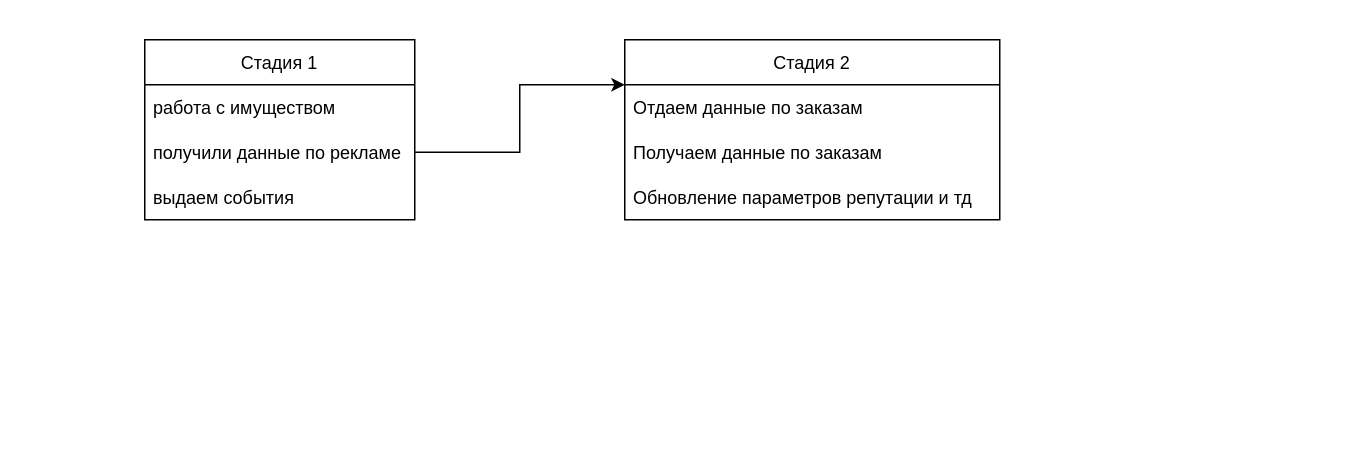
Earlier version of the draw.io diagram page "Page-3" (3 of 5) of classes.drawio (korshunovamm/InnPrac). Source tidied: cells renumbered, new cells numbered last; positions are measured from the earlier drawing's top-left corner, leaving out a move shared by most shapes. Both pictures are drawn from the tidied source at 150%, with x=0, y=0 at pixel (144, 39).
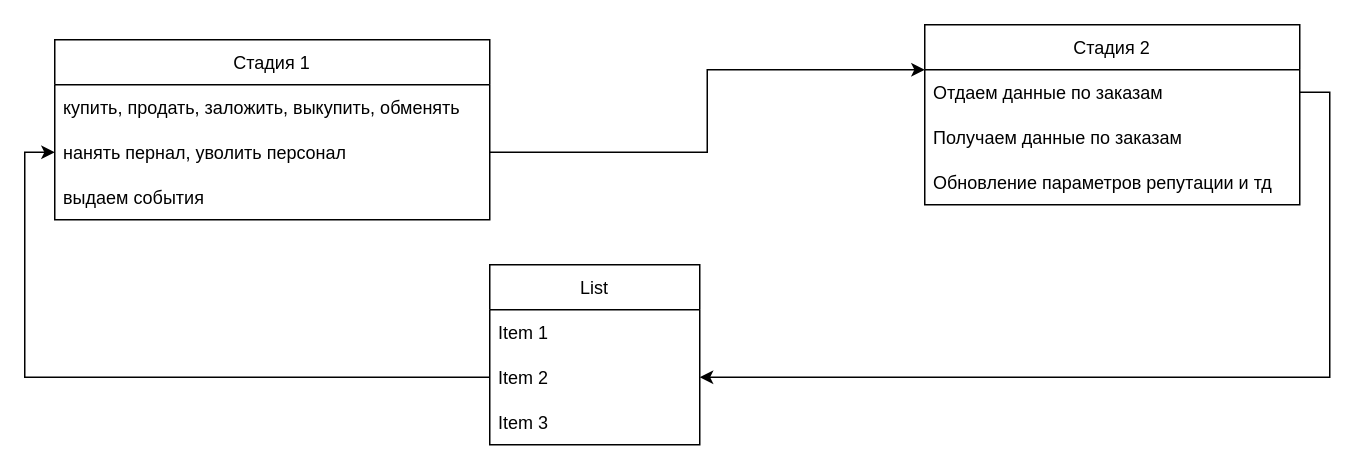
The same diagram, later.

Diff of the diagram source:
```diff
@@
 <mxGraphModel>
   <root>
     <mxCell id="0" />
     <mxCell id="1" parent="0" />
     <mxCell id="2" value="Стадия 1" style="swimlane;fontStyle=0;horizontal=1;startSize=30;" parent="1" vertex="1">
-      <mxGeometry width="180" height="120" as="geometry" />
+      <mxGeometry x="-60" width="290" height="120" as="geometry" />
     </mxCell>
-    <mxCell id="3" value="работа с имуществом" style="text;strokeColor=none;fillColor=none;align=left;verticalAlign=middle;spacingLeft=4;spacingRight=4;overflow=hidden;" parent="2" vertex="1">
-      <mxGeometry y="30" width="180" height="30" as="geometry" />
+    <mxCell id="3" value="купить, продать, заложить, выкупить, обменять" style="text;strokeColor=none;fillColor=none;align=left;verticalAlign=middle;spacingLeft=4;spacingRight=4;overflow=hidden;" parent="2" vertex="1">
+      <mxGeometry y="30" width="290" height="30" as="geometry" />
     </mxCell>
-    <mxCell id="4" value="получили данные по рекламе" style="text;strokeColor=none;fillColor=none;align=left;verticalAlign=middle;spacingLeft=4;spacingRight=4;overflow=hidden;points=[[0,0.5],[1,0.5]];portConstraint=eastwest;" parent="2" vertex="1">
-      <mxGeometry y="60" width="180" height="30" as="geometry" />
+    <mxCell id="4" value="нанять пернал, уволить персонал" style="text;strokeColor=none;fillColor=none;align=left;verticalAlign=middle;spacingLeft=4;spacingRight=4;overflow=hidden;points=[[0,0.5],[1,0.5]];portConstraint=eastwest;" parent="2" vertex="1">
+      <mxGeometry y="60" width="290" height="30" as="geometry" />
     </mxCell>
     <mxCell id="5" value="выдаем события" style="text;strokeColor=none;fillColor=none;align=left;verticalAlign=middle;spacingLeft=4;spacingRight=4;overflow=hidden;" parent="2" vertex="1">
-      <mxGeometry y="90" width="180" height="30" as="geometry" />
+      <mxGeometry y="90" width="290" height="30" as="geometry" />
     </mxCell>
     <mxCell id="6" value="Стадия 2" style="swimlane;fontStyle=0;horizontal=1;startSize=30;" parent="1" vertex="1">
-      <mxGeometry x="320" width="250" height="120" as="geometry" />
+      <mxGeometry x="520" y="-10" width="250" height="120" as="geometry" />
     </mxCell>
     <mxCell id="7" value="Отдаем данные по заказам" style="text;strokeColor=none;fillColor=none;align=left;verticalAlign=middle;spacingLeft=4;spacingRight=4;overflow=hidden;points=[[0,0.5],[1,0.5]];portConstraint=eastwest;" parent="6" vertex="1">
       <mxGeometry y="30" width="250" height="30" as="geometry" />
     </mxCell>
     <mxCell id="8" value="Получаем данные по заказам" style="text;strokeColor=none;fillColor=none;align=left;verticalAlign=middle;spacingLeft=4;spacingRight=4;overflow=hidden;" parent="6" vertex="1">
       <mxGeometry y="60" width="250" height="30" as="geometry" />
     </mxCell>
     <mxCell id="9" value="Обновление параметров репутации и тд" style="text;strokeColor=none;fillColor=none;align=left;verticalAlign=middle;spacingLeft=4;spacingRight=4;overflow=hidden;" parent="6" vertex="1">
       <mxGeometry y="90" width="250" height="30" as="geometry" />
     </mxCell>
     <mxCell id="10" style="edgeStyle=orthogonalEdgeStyle;rounded=0;jettySize=auto;html=1;exitX=1;exitY=0.5;exitDx=0;exitDy=0;entryX=0;entryY=0.25;entryDx=0;entryDy=0;" parent="1" edge="1" source="4" target="6">
       <mxGeometry relative="1" as="geometry" />
     </mxCell>
+    <mxCell id="11" value="List" style="swimlane;fontStyle=0;horizontal=1;startSize=30;" parent="1" vertex="1">
+      <mxGeometry x="230" y="150" width="140" height="120" as="geometry" />
+    </mxCell>
+    <mxCell id="12" value="Item 1" style="text;strokeColor=none;fillColor=none;align=left;verticalAlign=middle;spacingLeft=4;spacingRight=4;overflow=hidden;" parent="11" vertex="1">
+      <mxGeometry y="30" width="140" height="30" as="geometry" />
+    </mxCell>
+    <mxCell id="13" value="Item 2" style="text;strokeColor=none;fillColor=none;align=left;verticalAlign=middle;spacingLeft=4;spacingRight=4;overflow=hidden;points=[[0,0.5],[1,0.5]];portConstraint=eastwest;" parent="11" vertex="1">
+      <mxGeometry y="60" width="140" height="30" as="geometry" />
+    </mxCell>
+    <mxCell id="14" value="Item 3" style="text;strokeColor=none;fillColor=none;align=left;verticalAlign=middle;spacingLeft=4;spacingRight=4;overflow=hidden;" parent="11" vertex="1">
+      <mxGeometry y="90" width="140" height="30" as="geometry" />
+    </mxCell>
+    <mxCell id="15" style="edgeStyle=orthogonalEdgeStyle;rounded=0;jettySize=auto;html=1;exitX=1;exitY=0.5;exitDx=0;exitDy=0;entryX=1;entryY=0.5;entryDx=0;entryDy=0;" parent="1" edge="1" source="7" target="13">
+      <mxGeometry relative="1" as="geometry" />
+    </mxCell>
+    <mxCell id="16" style="edgeStyle=orthogonalEdgeStyle;rounded=0;jettySize=auto;html=1;exitX=0;exitY=0.5;exitDx=0;exitDy=0;entryX=0;entryY=0.5;entryDx=0;entryDy=0;" parent="1" edge="1" source="13" target="4">
+      <mxGeometry relative="1" as="geometry" />
+    </mxCell>
   </root>
 </mxGraphModel>
```
